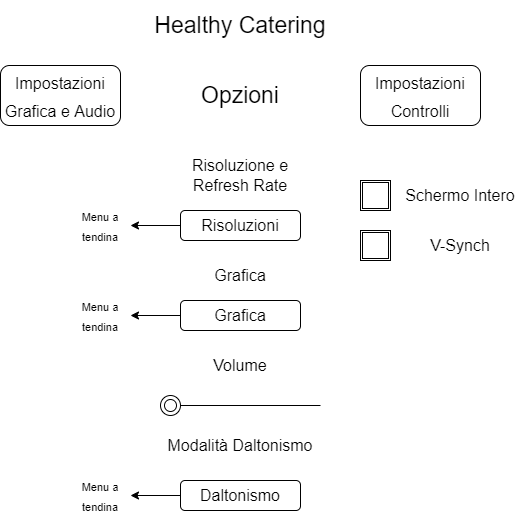
Before: doc/img/MenuOpzioni(Grafica).png, a diagram exported from draw.io (zSavT/Healthy-Catering). Source tidied: cells renumbered, new cells last; positions are measured from the earlier drawing's top-left corner, leaving out a move shared by most shapes.
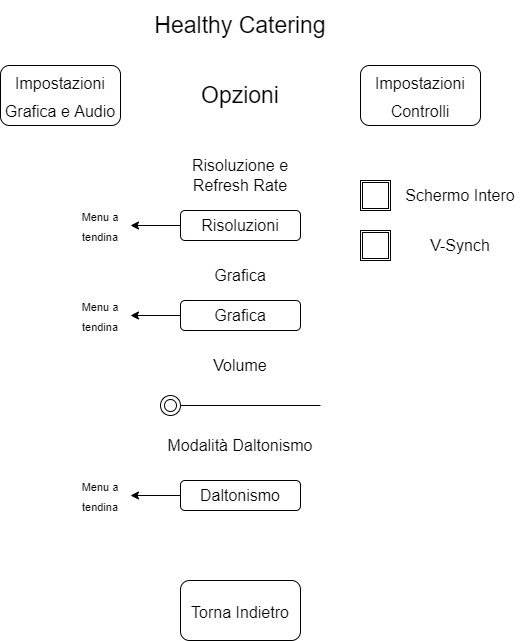
After the change.

Diff of the diagram source:
```diff
@@ -71,5 +71,8 @@
     <mxCell id="24" value="&lt;font style=&quot;font-size: 11px&quot;&gt;Menu a tendina&lt;/font&gt;" style="text;html=1;strokeColor=none;fillColor=none;align=center;verticalAlign=middle;whiteSpace=wrap;rounded=0;fontSize=16;" parent="1" vertex="1">
       <mxGeometry x="70" y="480" width="60" height="30" as="geometry" />
     </mxCell>
+    <mxCell id="25" value="&lt;font style=&quot;font-size: 16px&quot;&gt;Torna Indietro&lt;/font&gt;" style="rounded=1;whiteSpace=wrap;html=1;fontSize=23;" parent="1" vertex="1">
+      <mxGeometry x="180" y="580" width="120" height="60" as="geometry" />
+    </mxCell>
   </root>
 </mxGraphModel>
```
